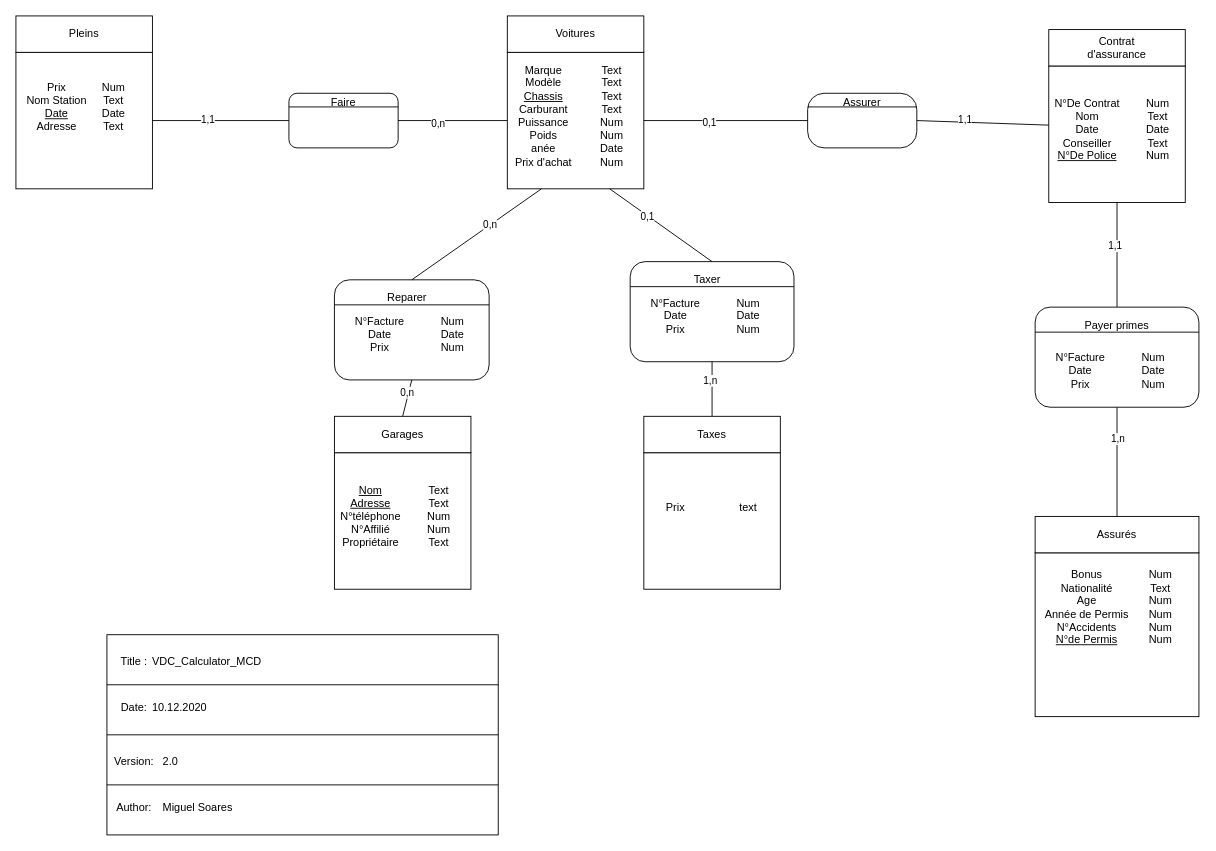
alhelo-93/ProjetAppMobile keeps this draw.io diagram as Docs/MCD-MLD/MCD_VDC.drawio. Above is the earlier version. Source tidied: cells renumbered, new cells numbered last; positions are measured from the earlier drawing's top-left corner, leaving out a move shared by most shapes. Both pictures are drawn from the tidied source at 91%, with x=0, y=0 at pixel (15, 15).
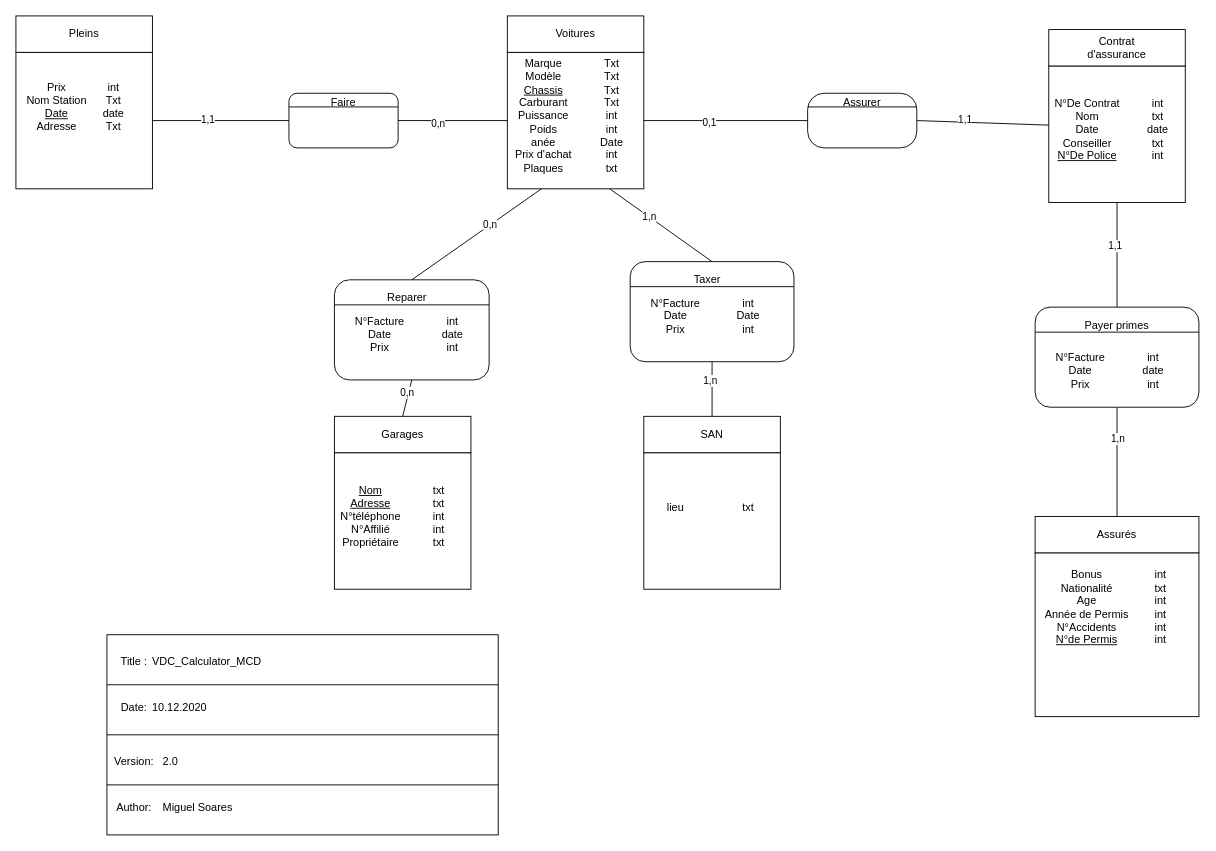
Above is the later version.

The change refers to these unchanged cells:
```xml
<mxCell id="2" style="group;" parent="1" vertex="1">
  <mxGeometry x="1120" y="550" width="180" height="220" as="geometry" />
</mxCell>
<mxCell id="8" style="group;" parent="1" vertex="1">
  <mxGeometry x="690" y="440" width="150" height="190" as="geometry" />
</mxCell>
<mxCell id="14" style="group;" parent="1" vertex="1">
  <mxGeometry width="150" height="190" as="geometry" />
</mxCell>
<mxCell id="20" style="group;" parent="1" vertex="1">
  <mxGeometry x="350" y="440" width="150" height="190" as="geometry" />
</mxCell>
<mxCell id="26" style="group;" parent="1" vertex="1">
  <mxGeometry x="540" width="150" height="190" as="geometry" />
</mxCell>
<mxCell id="32" style="group;" parent="1" vertex="1">
  <mxGeometry x="1135" y="15" width="150" height="190" as="geometry" />
</mxCell>
<mxCell id="53" style="endArrow=none;html=1;entryX=0.75;entryY=1;entryDx=0;entryDy=0;exitX=0.5;exitY=0;exitDx=0;exitDy=0;" parent="1" edge="1" source="47" target="27">
  <mxGeometry relative="1" as="geometry" />
</mxCell>
<mxCell id="70" style="group;" parent="1" vertex="1">
  <mxGeometry x="1120" y="320" width="180" height="110" as="geometry" />
</mxCell>
```

What changed in the source:
```diff
@@
-    <mxCell id="7" value="Num&lt;br&gt;Text&lt;br&gt;Num&lt;br&gt;Num&lt;br&gt;Num&lt;br&gt;Num&lt;br&gt;" style="text;html=1;strokeColor=none;fillColor=none;align=center;verticalAlign=middle;whiteSpace=wrap;rounded=0;" parent="2" vertex="1">
+    <mxCell id="7" value="int&lt;br&gt;txt&lt;br&gt;int&lt;br&gt;int&lt;br&gt;int&lt;br&gt;int" style="text;html=1;strokeColor=none;fillColor=none;align=center;verticalAlign=middle;whiteSpace=wrap;rounded=0;" parent="2" vertex="1">
       <mxGeometry x="114" y="90" width="48" height="20" as="geometry" />
     </mxCell>
@@
-    <mxCell id="11" value="Taxes" style="text;html=1;strokeColor=none;fillColor=none;align=center;verticalAlign=middle;whiteSpace=wrap;rounded=0;" parent="8" vertex="1">
+    <mxCell id="11" value="SAN" style="text;html=1;strokeColor=none;fillColor=none;align=center;verticalAlign=middle;whiteSpace=wrap;rounded=0;" parent="8" vertex="1">
       <mxGeometry x="55" y="10" width="40" height="20" as="geometry" />
     </mxCell>
-    <mxCell id="12" value="Prix" style="text;html=1;strokeColor=none;fillColor=none;align=center;verticalAlign=middle;whiteSpace=wrap;rounded=0;" parent="8" vertex="1">
+    <mxCell id="12" value="lieu" style="text;html=1;strokeColor=none;fillColor=none;align=center;verticalAlign=middle;whiteSpace=wrap;rounded=0;" parent="8" vertex="1">
       <mxGeometry x="15" y="90" width="40" height="20" as="geometry" />
     </mxCell>
-    <mxCell id="13" value="text" style="text;html=1;strokeColor=none;fillColor=none;align=center;verticalAlign=middle;whiteSpace=wrap;rounded=0;" parent="8" vertex="1">
+    <mxCell id="13" value="txt" style="text;html=1;strokeColor=none;fillColor=none;align=center;verticalAlign=middle;whiteSpace=wrap;rounded=0;" parent="8" vertex="1">
       <mxGeometry x="95" y="90" width="40" height="20" as="geometry" />
     </mxCell>
@@
-    <mxCell id="19" value="Num&lt;br&gt;Text&lt;br&gt;Date&lt;br&gt;Text" style="text;html=1;strokeColor=none;fillColor=none;align=center;verticalAlign=middle;whiteSpace=wrap;rounded=0;" parent="14" vertex="1">
+    <mxCell id="19" value="int&lt;br&gt;Txt&lt;br&gt;date&lt;br&gt;Txt" style="text;html=1;strokeColor=none;fillColor=none;align=center;verticalAlign=middle;whiteSpace=wrap;rounded=0;" parent="14" vertex="1">
       <mxGeometry x="80" y="90" width="55" height="20" as="geometry" />
     </mxCell>
@@
-    <mxCell id="25" value="Text&lt;br&gt;Text&lt;br&gt;Num&lt;br&gt;Num&lt;br&gt;Text" style="text;html=1;strokeColor=none;fillColor=none;align=center;verticalAlign=middle;whiteSpace=wrap;rounded=0;" parent="20" vertex="1">
+    <mxCell id="25" value="txt&lt;br&gt;txt&lt;br&gt;int&lt;br&gt;int&lt;br&gt;txt" style="text;html=1;strokeColor=none;fillColor=none;align=center;verticalAlign=middle;whiteSpace=wrap;rounded=0;" parent="20" vertex="1">
       <mxGeometry x="95" y="100" width="40" height="20" as="geometry" />
     </mxCell>
@@
-    <mxCell id="30" value="Marque&lt;br&gt;Modèle&lt;br&gt;&lt;u&gt;Chassis&lt;br&gt;&lt;/u&gt;Carburant&lt;br&gt;Puissance&lt;br&gt;Poids&lt;br&gt;anée&lt;br&gt;Prix d'achat" style="text;html=1;strokeColor=none;fillColor=none;align=center;verticalAlign=middle;whiteSpace=wrap;rounded=0;" parent="26" vertex="1">
+    <mxCell id="30" value="Marque&lt;br&gt;Modèle&lt;br&gt;&lt;u&gt;Chassis&lt;br&gt;&lt;/u&gt;Carburant&lt;br&gt;Puissance&lt;br&gt;Poids&lt;br&gt;anée&lt;br&gt;Prix d'achat&lt;br&gt;Plaques" style="text;html=1;strokeColor=none;fillColor=none;align=center;verticalAlign=middle;whiteSpace=wrap;rounded=0;" parent="26" vertex="1">
       <mxGeometry y="100" width="80" height="20" as="geometry" />
     </mxCell>
-    <mxCell id="31" value="Text&lt;br&gt;Text&lt;br&gt;Text&lt;br&gt;Text&lt;br&gt;Num&lt;br&gt;Num&lt;br&gt;Date&lt;br&gt;Num" style="text;html=1;strokeColor=none;fillColor=none;align=center;verticalAlign=middle;whiteSpace=wrap;rounded=0;" parent="26" vertex="1">
+    <mxCell id="31" value="Txt&lt;br&gt;Txt&lt;br&gt;Txt&lt;br&gt;Txt&lt;br&gt;int&lt;br&gt;int&lt;br&gt;Date&lt;br&gt;int&lt;br&gt;txt" style="text;html=1;strokeColor=none;fillColor=none;align=center;verticalAlign=middle;whiteSpace=wrap;rounded=0;" parent="26" vertex="1">
       <mxGeometry x="95" y="100" width="40" height="20" as="geometry" />
     </mxCell>
@@
-    <mxCell id="37" value="Num&lt;br&gt;Text&lt;br&gt;Date&lt;br&gt;Text&lt;br&gt;Num" style="text;html=1;strokeColor=none;fillColor=none;align=center;verticalAlign=middle;whiteSpace=wrap;rounded=0;" parent="32" vertex="1">
+    <mxCell id="37" value="int&lt;br&gt;txt&lt;br&gt;date&lt;br&gt;txt&lt;br&gt;int" style="text;html=1;strokeColor=none;fillColor=none;align=center;verticalAlign=middle;whiteSpace=wrap;rounded=0;" parent="32" vertex="1">
       <mxGeometry x="100" y="100" width="40" height="20" as="geometry" />
     </mxCell>
@@
-    <mxCell id="47" style="rounded=1;whiteSpace=wrap;html=1;" parent="1" vertex="1">
-      <mxGeometry x="675" y="270" width="180" height="110" as="geometry" />
-    </mxCell>
@@
-    <mxCell id="54" value="0,1" style="edgeLabel;html=1;align=center;verticalAlign=middle;" parent="53" vertex="1">
-      <mxGeometry x="0.26" y="1" relative="1" as="geometry" />
-    </mxCell>
+    <mxCell id="92" value="1,n" style="edgeLabel;html=1;align=center;verticalAlign=middle;" parent="53" vertex="1">
+      <mxGeometry x="0.23" relative="1" as="geometry" />
+    </mxCell>
@@
-    <mxCell id="63" value="Taxer" style="text;html=1;strokeColor=none;fillColor=none;align=center;verticalAlign=middle;whiteSpace=wrap;rounded=0;" parent="1" vertex="1">
-      <mxGeometry x="740" y="280" width="40" height="20" as="geometry" />
-    </mxCell>
@@
-    <mxCell id="65" style="endArrow=none;html=1;entryX=1;entryY=0.25;entryDx=0;entryDy=0;exitX=0;exitY=0.25;exitDx=0;exitDy=0;" parent="1" edge="1" source="47" target="47">
-      <mxGeometry relative="1" as="geometry" />
-    </mxCell>
@@
-    <mxCell id="67" value="Num&lt;br&gt;Date&lt;br&gt;Num" style="text;html=1;strokeColor=none;fillColor=none;align=center;verticalAlign=middle;whiteSpace=wrap;rounded=0;" parent="1" vertex="1">
+    <mxCell id="67" value="int&lt;br&gt;date&lt;br&gt;int" style="text;html=1;strokeColor=none;fillColor=none;align=center;verticalAlign=middle;whiteSpace=wrap;rounded=0;" parent="1" vertex="1">
       <mxGeometry x="460" y="340" width="40" height="20" as="geometry" />
     </mxCell>
-    <mxCell id="68" value="Num&lt;br&gt;Date&lt;br&gt;Num" style="text;html=1;strokeColor=none;fillColor=none;align=center;verticalAlign=middle;whiteSpace=wrap;rounded=0;" parent="1" vertex="1">
-      <mxGeometry x="785" y="320" width="40" height="20" as="geometry" />
-    </mxCell>
-    <mxCell id="69" value="N°Facture&lt;br&gt;Date&lt;br&gt;Prix" style="text;html=1;strokeColor=none;fillColor=none;align=center;verticalAlign=middle;whiteSpace=wrap;rounded=0;" parent="1" vertex="1">
-      <mxGeometry x="705" y="320" width="40" height="20" as="geometry" />
-    </mxCell>
@@
-    <mxCell id="72" value="Num&lt;br&gt;Date&lt;br&gt;Num" style="text;html=1;strokeColor=none;fillColor=none;align=center;verticalAlign=middle;whiteSpace=wrap;rounded=0;" parent="70" vertex="1">
+    <mxCell id="72" value="int&lt;br&gt;date&lt;br&gt;int" style="text;html=1;strokeColor=none;fillColor=none;align=center;verticalAlign=middle;whiteSpace=wrap;rounded=0;" parent="70" vertex="1">
       <mxGeometry x="110" y="60" width="40" height="20" as="geometry" />
     </mxCell>
@@
+    <mxCell id="93" style="group;" parent="1" vertex="1">
+      <mxGeometry x="675" y="270" width="180" height="110" as="geometry" />
+    </mxCell>
+    <mxCell id="94" style="group;" parent="93" vertex="1">
+      <mxGeometry width="180" height="110" as="geometry" />
+    </mxCell>
+    <mxCell id="47" style="rounded=1;whiteSpace=wrap;html=1;" parent="94" vertex="1">
+      <mxGeometry width="180" height="110" as="geometry" />
+    </mxCell>
+    <mxCell id="63" value="Taxer" style="text;html=1;strokeColor=none;fillColor=none;align=center;verticalAlign=middle;whiteSpace=wrap;rounded=0;" parent="94" vertex="1">
+      <mxGeometry x="65" y="10" width="40" height="20" as="geometry" />
+    </mxCell>
+    <mxCell id="68" value="int&lt;br&gt;Date&lt;br&gt;int" style="text;html=1;strokeColor=none;fillColor=none;align=center;verticalAlign=middle;whiteSpace=wrap;rounded=0;" parent="94" vertex="1">
+      <mxGeometry x="110" y="50" width="40" height="20" as="geometry" />
+    </mxCell>
+    <mxCell id="69" value="N°Facture&lt;br&gt;Date&lt;br&gt;Prix" style="text;html=1;strokeColor=none;fillColor=none;align=center;verticalAlign=middle;whiteSpace=wrap;rounded=0;" parent="94" vertex="1">
+      <mxGeometry x="30" y="50" width="40" height="20" as="geometry" />
+    </mxCell>
+    <mxCell id="65" style="endArrow=none;html=1;entryX=1;entryY=0.25;entryDx=0;entryDy=0;exitX=0;exitY=0.25;exitDx=0;exitDy=0;" parent="94" edge="1" source="47" target="47">
+      <mxGeometry relative="1" as="geometry" />
+    </mxCell>
```
